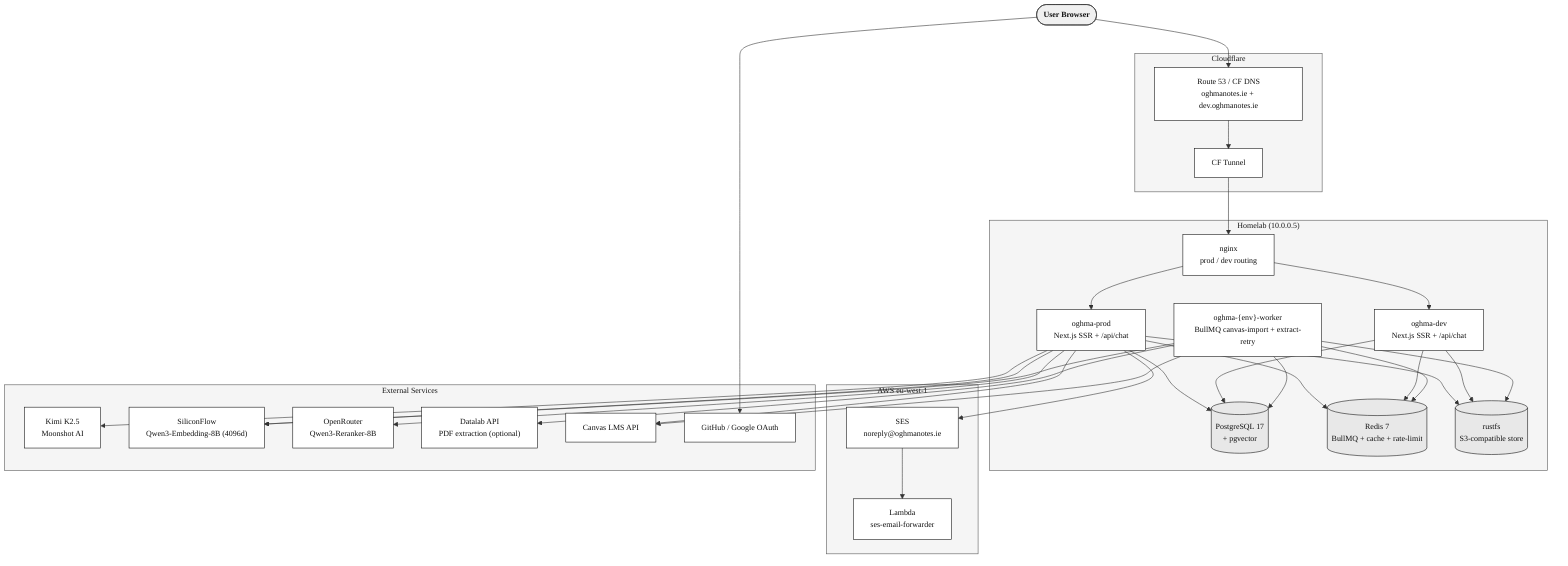
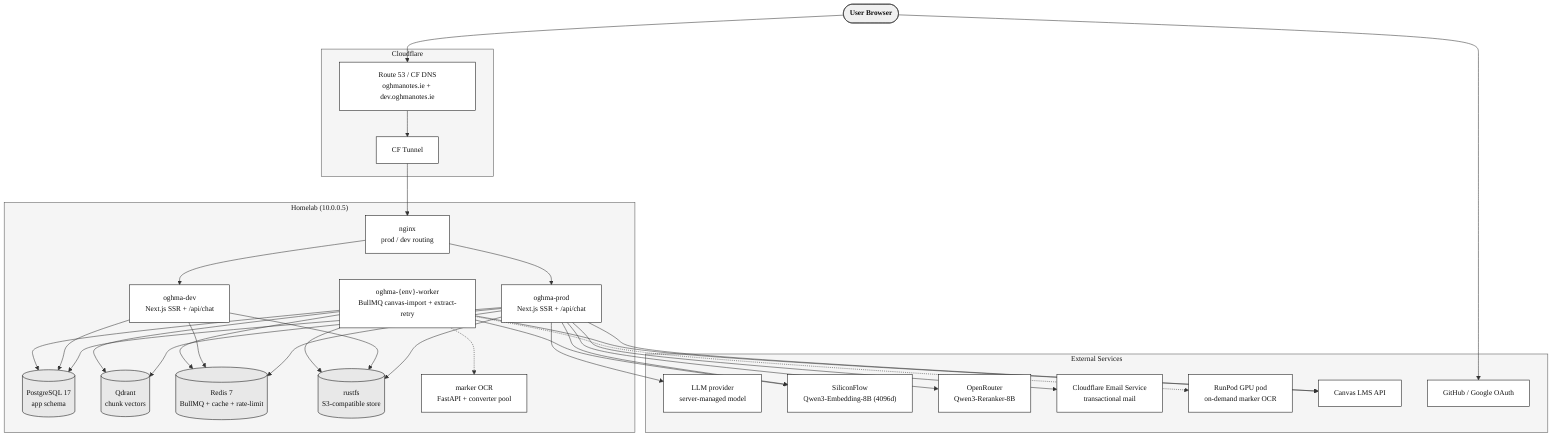
%%{init: {"theme": "base", "themeVariables": {"primaryColor": "#ffffff", "primaryTextColor": "#111111", "primaryBorderColor": "#111111", "lineColor": "#333333", "secondaryColor": "#f0f0f0", "tertiaryColor": "#e8e8e8", "clusterBkg": "#f5f5f5", "clusterBorder": "#555555", "edgeLabelBackground": "#ffffff", "fontFamily": "Georgia, serif", "fontSize": "14px"}}}%%
flowchart TD
    Browser(["User Browser"])

    subgraph cf["Cloudflare"]
        DNS["Route 53 / CF DNS\noghmanotes.ie + dev.oghmanotes.ie"]
        Tunnel["CF Tunnel"]
    end

    subgraph homelab["Homelab (10.0.0.5)"]
        Nginx["nginx\nprod / dev routing"]
        AppProd["oghma-prod\nNext.js SSR + /api/chat"]
        AppDev["oghma-dev\nNext.js SSR + /api/chat"]
        Worker["oghma-{env}-worker\nBullMQ canvas-import + extract-retry"]
-         Postgres[("PostgreSQL 17\n+ pgvector")]
+         Postgres[("PostgreSQL 17\napp schema")]
+         Qdrant[("Qdrant\nchunk vectors")]
        Redis[("Redis 7\nBullMQ + cache + rate-limit")]
        Rustfs[("rustfs\nS3-compatible store")]
-     end
- 
-     subgraph aws["AWS  eu-west-1"]
-         SES["SES\nnoreply@oghmanotes.ie"]
-         SesFwd["Lambda\nses-email-forwarder"]
+         Marker["marker OCR\nFastAPI + converter pool"]
    end

    subgraph external["External Services"]
-         LLM["Kimi K2.5\nMoonshot AI"]
+         LLM["LLM provider\nserver-managed model"]
        Embed["SiliconFlow\nQwen3-Embedding-8B (4096d)"]
        Rerank["OpenRouter\nQwen3-Reranker-8B"]
-         Datalab["Datalab API\nPDF extraction (optional)"]
+         Email["Cloudflare Email Service\ntransactional mail"]
+         RunPod["RunPod GPU pod\non-demand marker OCR"]
        CanvasLMS["Canvas LMS API"]
        OAuth["GitHub / Google OAuth"]
    end

    Browser --> DNS --> Tunnel --> Nginx
    Nginx --> AppProd
    Nginx --> AppDev
    AppProd --> Postgres
+     AppProd --> Qdrant
    AppProd --> Redis
    AppProd --> Rustfs
    AppProd --> CanvasLMS
    AppProd --> Embed
    AppProd --> Rerank
    AppProd --> LLM
-     AppProd --> SES
+     AppProd --> Email
    AppDev --> Postgres
    AppDev --> Redis
    AppDev --> Rustfs
    Worker --> Postgres
+     Worker --> Qdrant
    Worker --> Redis
    Worker --> Rustfs
    Worker --> CanvasLMS
    Worker --> Embed
-     Worker --> Datalab
+     Worker -.-> Marker
+     Worker -.-> RunPod
    Browser --> OAuth
-     SES --> SesFwd

    classDef plain fill:#ffffff,color:#111111,stroke:#111111
    classDef shaded fill:#e8e8e8,color:#111111,stroke:#111111
    classDef endpoint fill:#f0f0f0,color:#111111,stroke:#333333,font-weight:bold
-     class Postgres,Redis,Rustfs shaded
+     class Postgres,Qdrant,Redis,Rustfs shaded
    class Browser endpoint
